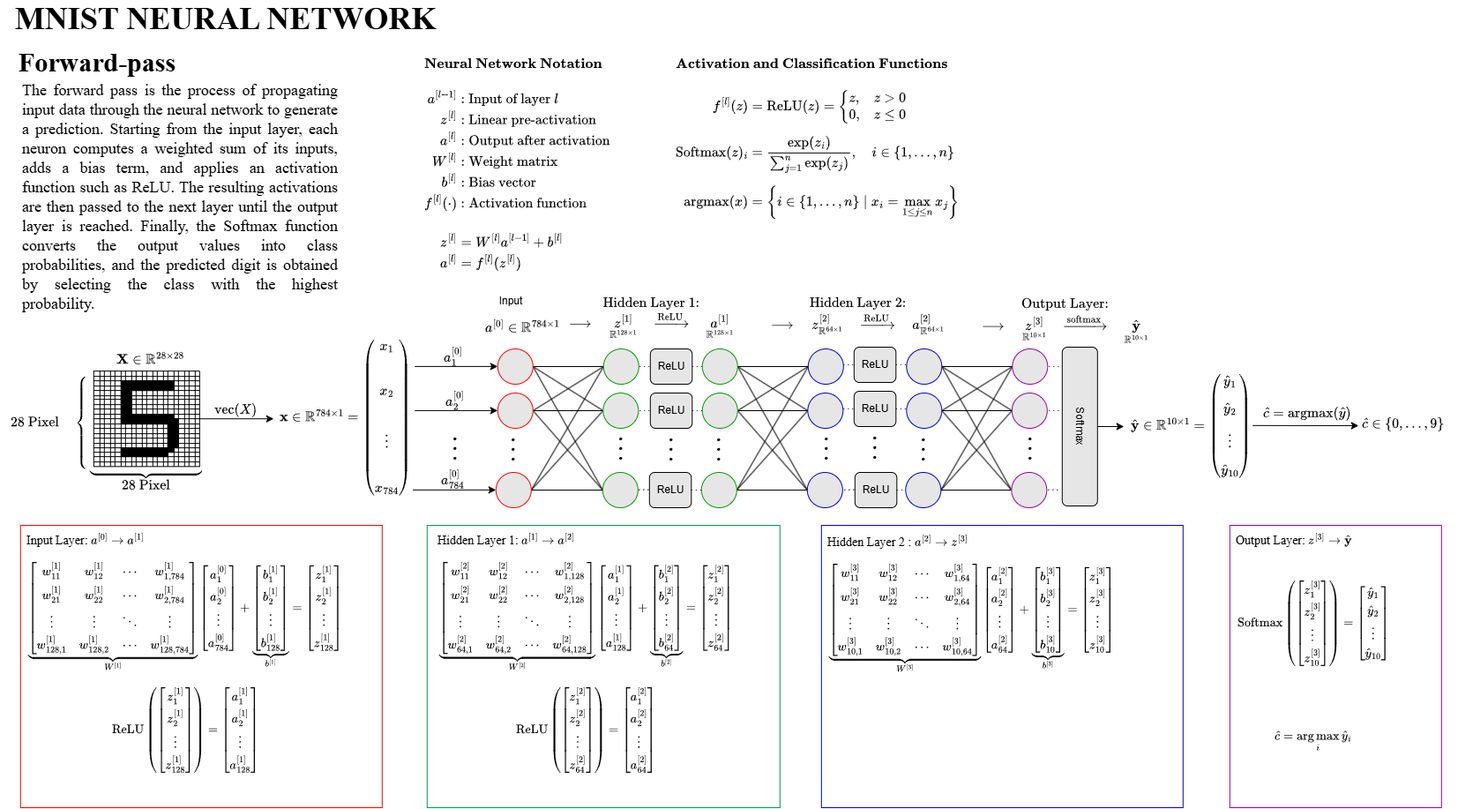
Above: Documents/Forward_pass_mindmap_math.drawio.png in PaulStiebitz/Neural-Network (draw.io), before the change. Source tidied: cells renumbered, new cells last; positions are measured from the earlier drawing's top-left corner, leaving out a move shared by most shapes.
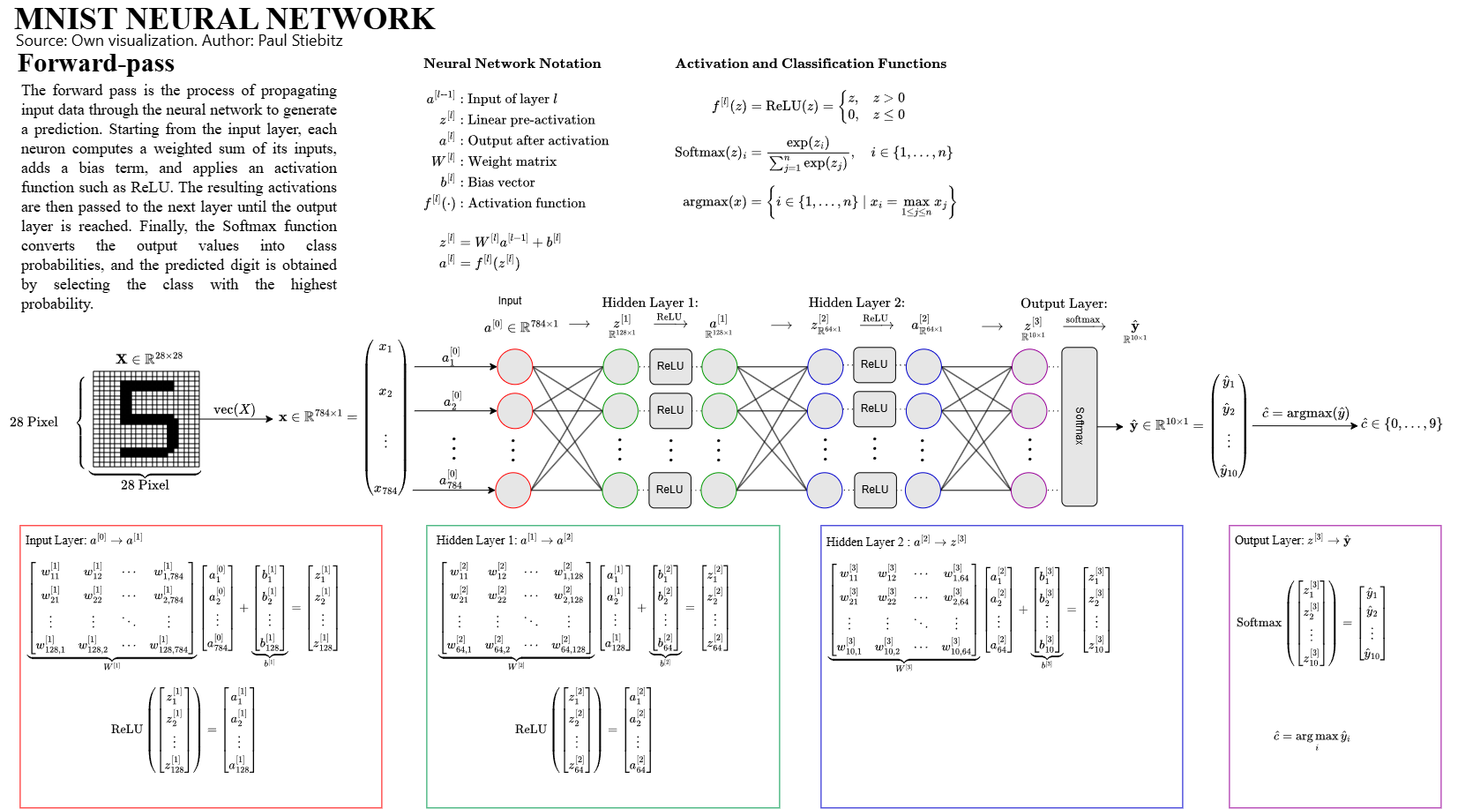
The same diagram one commit later.

Diff of the diagram source:
```diff
@@ -1679,5 +1679,8 @@
     <mxCell id="538" value="&lt;div style=&quot;font-family:'Segoe UI';font-size:14px;font-style:normal;font-weight:400;line-height:20px&quot;&gt;\(&#10;\begin{gathered}&#10;\text{Output Layer:}\\[-1pt]&#10;\longrightarrow\quad&#10;\underset{\mathbb{R}^{10\times1}}{z^{[3]}}&#10;\quad\xrightarrow{\mathrm{softmax}}\quad&#10;\underset{\mathbb{R}^{10\times1}}{\hat{\mathbf y}}&#10;\end{gathered}&#10;\)&lt;/div&gt;" style="text;whiteSpace=wrap;html=1;" parent="1" vertex="1">
       <mxGeometry x="1111" y="324" width="50" height="140" as="geometry" />
     </mxCell>
+    <mxCell id="539" value="&lt;div style=&quot;font-family: &amp;quot;Segoe UI&amp;quot;; font-style: normal; font-weight: 400; line-height: 20px;&quot;&gt;&lt;font style=&quot;font-size: 18px;&quot;&gt;Source: Own visualization. Author: Paul Stiebitz&lt;/font&gt;&lt;/div&gt;" style="text;whiteSpace=wrap;html=1;" parent="1" vertex="1">
+      <mxGeometry x="16.5" y="22" width="473.5" height="40" as="geometry" />
+    </mxCell>
   </root>
 </mxGraphModel>
```
